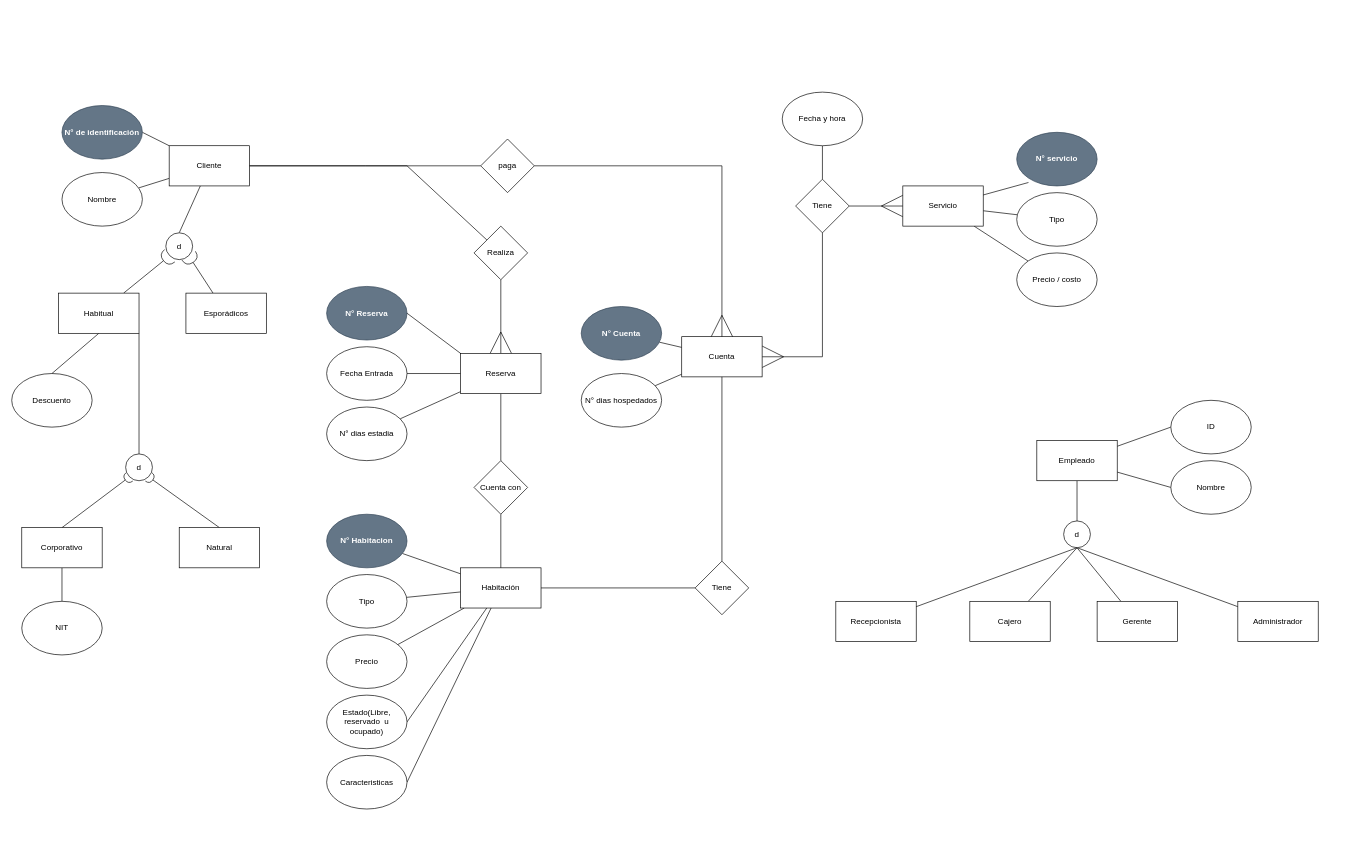
Before: Diagrama_sin_titulo.drawio in Mshall19/Proyecto-BD, a draw.io diagram. Source tidied: cells renumbered, new cells numbered last; positions are measured from the earlier drawing's top-left corner, leaving out a move shared by most shapes. Both pictures are drawn from the tidied source at 67%, with x=0, y=0 at pixel (11, 92).
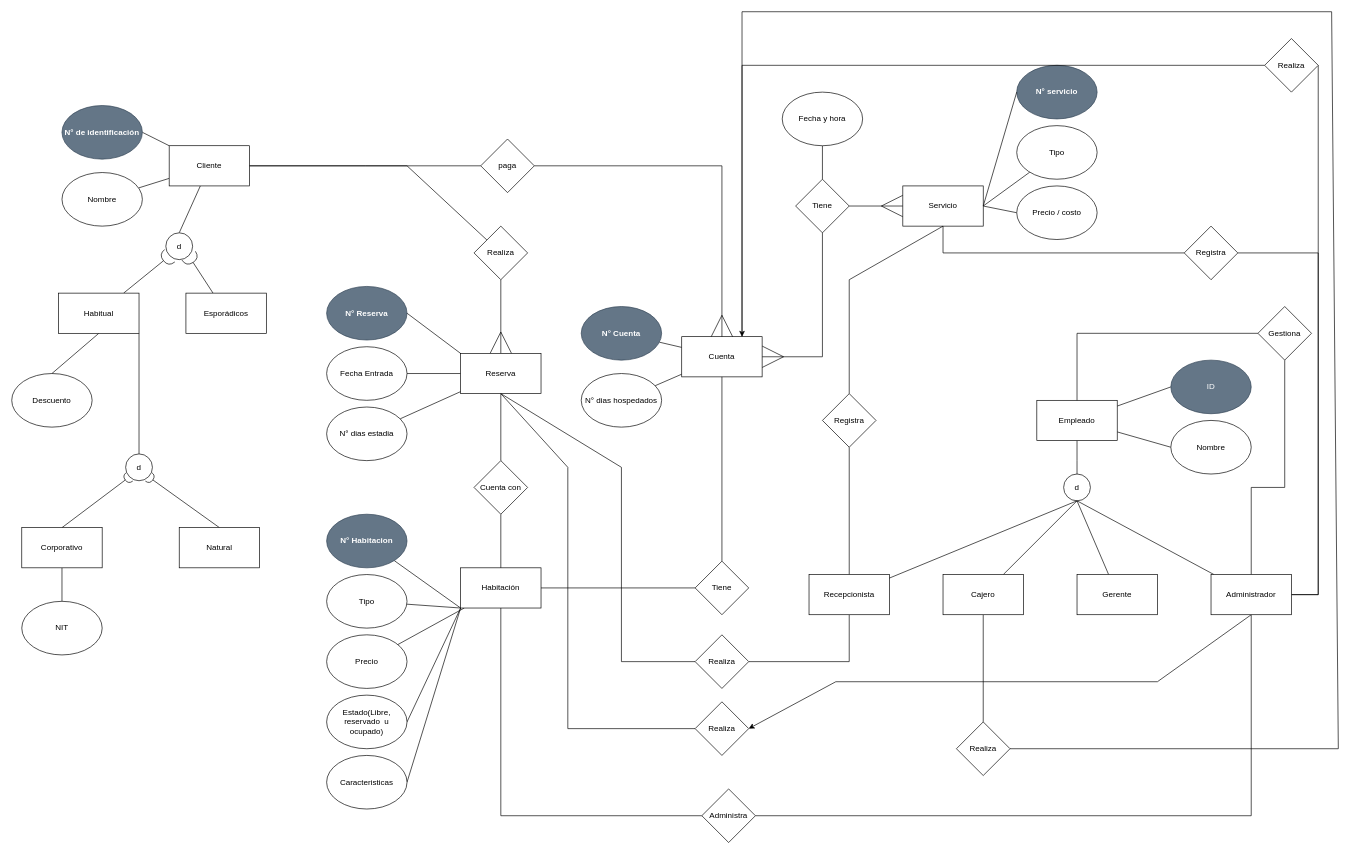
After the change.

Unchanged cells that the change refers to:
```xml
<mxCell id="11" value="Habitación" style="rounded=0;whiteSpace=wrap;html=1;" parent="1" vertex="1">
  <mxGeometry x="670" y="710" width="120" height="60" as="geometry" />
</mxCell>
<mxCell id="12" value="Tipo" style="ellipse;whiteSpace=wrap;html=1;" parent="1" vertex="1">
  <mxGeometry x="470" y="720" width="120" height="80" as="geometry" />
</mxCell>
<mxCell id="14" value="Estado(Libre, reservado&amp;nbsp; u ocupado)" style="ellipse;whiteSpace=wrap;html=1;" parent="1" vertex="1">
  <mxGeometry x="470" y="900" width="120" height="80" as="geometry" />
</mxCell>
<mxCell id="15" value="Caracteristicas" style="ellipse;whiteSpace=wrap;html=1;" parent="1" vertex="1">
  <mxGeometry x="470" y="990" width="120" height="80" as="geometry" />
</mxCell>
<mxCell id="16" value="&lt;div&gt;N° Habitacion&lt;/div&gt;" style="ellipse;whiteSpace=wrap;html=1;fillColor=#647687;strokeColor=#314354;fontColor=#ffffff;fontStyle=1;" parent="1" vertex="1">
  <mxGeometry x="470" y="630" width="120" height="80" as="geometry" />
</mxCell>
<mxCell id="26" value="Cuenta" style="rounded=0;whiteSpace=wrap;html=1;" parent="1" vertex="1">
  <mxGeometry x="1000" y="365" width="120" height="60" as="geometry" />
</mxCell>
<mxCell id="30" value="&lt;div&gt;Servicio&lt;/div&gt;" style="rounded=0;whiteSpace=wrap;html=1;" parent="1" vertex="1">
  <mxGeometry x="1330" y="140" width="120" height="60" as="geometry" />
</mxCell>
<mxCell id="47" value="Reserva" style="rounded=0;whiteSpace=wrap;html=1;" parent="1" vertex="1">
  <mxGeometry x="670" y="390" width="120" height="60" as="geometry" />
</mxCell>
```

Diff of the diagram source:
```diff
@@
-    <mxCell id="6" style="rounded=0;jettySize=auto;html=1;endArrow=none;endFill=0;" parent="1" edge="1" source="11" target="12">
+    <mxCell id="6" style="rounded=0;jettySize=auto;html=1;endArrow=none;endFill=0;exitX=0;exitY=1;exitDx=0;exitDy=0;" parent="1" edge="1" source="11" target="12">
       <mxGeometry relative="1" as="geometry" />
     </mxCell>
@@
-    <mxCell id="8" style="rounded=0;jettySize=auto;html=1;entryX=1;entryY=0.5;entryDx=0;entryDy=0;endArrow=none;endFill=0;" parent="1" edge="1" source="11" target="14">
+    <mxCell id="8" style="rounded=0;jettySize=auto;html=1;entryX=1;entryY=0.5;entryDx=0;entryDy=0;endArrow=none;endFill=0;exitX=0;exitY=1;exitDx=0;exitDy=0;" parent="1" edge="1" source="11" target="14">
       <mxGeometry relative="1" as="geometry" />
     </mxCell>
-    <mxCell id="9" style="rounded=0;jettySize=auto;html=1;endArrow=none;endFill=0;entryX=1;entryY=0.5;entryDx=0;entryDy=0;" parent="1" edge="1" source="11" target="15">
+    <mxCell id="9" style="rounded=0;jettySize=auto;html=1;endArrow=none;endFill=0;entryX=1;entryY=0.5;entryDx=0;entryDy=0;exitX=0;exitY=1;exitDx=0;exitDy=0;" parent="1" edge="1" source="11" target="15">
       <mxGeometry relative="1" as="geometry" />
     </mxCell>
-    <mxCell id="10" style="rounded=0;jettySize=auto;html=1;endArrow=none;endFill=0;" parent="1" edge="1" source="11" target="16">
+    <mxCell id="10" style="rounded=0;jettySize=auto;html=1;endArrow=none;endFill=0;exitX=0;exitY=1;exitDx=0;exitDy=0;" parent="1" edge="1" source="11" target="16">
       <mxGeometry relative="1" as="geometry" />
     </mxCell>
@@
-    <mxCell id="28" style="rounded=0;jettySize=auto;html=1;endArrow=none;endFill=0;" parent="1" edge="1" source="30" target="31">
+    <mxCell id="28" style="rounded=0;jettySize=auto;html=1;endArrow=none;endFill=0;exitX=1;exitY=0.5;exitDx=0;exitDy=0;" parent="1" edge="1" source="30" target="31">
       <mxGeometry relative="1" as="geometry" />
     </mxCell>
-    <mxCell id="29" style="rounded=0;jettySize=auto;html=1;endArrow=none;endFill=0;" parent="1" edge="1" source="30" target="34">
+    <mxCell id="29" style="rounded=0;jettySize=auto;html=1;endArrow=none;endFill=0;exitX=1;exitY=0.5;exitDx=0;exitDy=0;entryX=0;entryY=0.5;entryDx=0;entryDy=0;" parent="1" edge="1" source="30" target="34">
       <mxGeometry relative="1" as="geometry" />
     </mxCell>
@@
     <mxCell id="31" value="Tipo" style="ellipse;whiteSpace=wrap;html=1;" parent="1" vertex="1">
-      <mxGeometry x="1500" y="150" width="120" height="80" as="geometry" />
+      <mxGeometry x="1500" y="50" width="120" height="80" as="geometry" />
     </mxCell>
     <mxCell id="32" value="N° servicio" style="ellipse;whiteSpace=wrap;html=1;fillColor=#647687;fontColor=#ffffff;strokeColor=#314354;fontStyle=1;" parent="1" vertex="1">
-      <mxGeometry x="1500" y="60" width="120" height="80" as="geometry" />
+      <mxGeometry x="1500" y="-40" width="120" height="80" as="geometry" />
     </mxCell>
@@
     <mxCell id="34" value="Precio / costo" style="ellipse;whiteSpace=wrap;html=1;" parent="1" vertex="1">
-      <mxGeometry x="1500" y="240" width="120" height="80" as="geometry" />
+      <mxGeometry x="1500" y="140" width="120" height="80" as="geometry" />
     </mxCell>
-    <mxCell id="35" style="rounded=0;jettySize=auto;html=1;entryX=0.146;entryY=0.936;entryDx=0;entryDy=0;entryPerimeter=0;endArrow=none;endFill=0;" parent="1" edge="1" source="30" target="32">
+    <mxCell id="35" style="rounded=0;jettySize=auto;html=1;entryX=0;entryY=0.5;entryDx=0;entryDy=0;endArrow=none;endFill=0;exitX=1;exitY=0.5;exitDx=0;exitDy=0;" parent="1" edge="1" source="30" target="32">
       <mxGeometry relative="1" as="geometry" />
     </mxCell>
@@
-    <mxCell id="72" style="edgeStyle=orthogonalEdgeStyle;rounded=0;jettySize=auto;html=1;entryX=0.5;entryY=0;entryDx=0;entryDy=0;endArrow=none;endFill=0;" parent="1" edge="1" source="73" target="83">
-      <mxGeometry relative="1" as="geometry" />
+    <mxCell id="72" style="edgeStyle=orthogonalEdgeStyle;rounded=0;jettySize=auto;html=1;entryX=0.5;entryY=0;entryDx=0;entryDy=0;endArrow=none;endFill=0;" parent="1" edge="1" source="73">
+      <mxGeometry relative="1" as="geometry">
+        <mxPoint x="1590" y="580" as="targetPoint" />
+      </mxGeometry>
     </mxCell>
     <mxCell id="73" value="Empleado" style="rounded=0;whiteSpace=wrap;html=1;" parent="1" vertex="1">
-      <mxGeometry x="1530" y="520" width="120" height="60" as="geometry" />
+      <mxGeometry x="1530" y="460" width="120" height="60" as="geometry" />
     </mxCell>
-    <mxCell id="74" value="ID" style="ellipse;whiteSpace=wrap;html=1;" parent="1" vertex="1">
-      <mxGeometry x="1730" y="460" width="120" height="80" as="geometry" />
+    <mxCell id="74" value="ID" style="ellipse;whiteSpace=wrap;html=1;fillColor=#647687;fontColor=#ffffff;strokeColor=#314354;" parent="1" vertex="1">
+      <mxGeometry x="1730" y="400" width="120" height="80" as="geometry" />
     </mxCell>
     <mxCell id="75" value="Nombre" style="ellipse;whiteSpace=wrap;html=1;" parent="1" vertex="1">
-      <mxGeometry x="1730" y="550" width="120" height="80" as="geometry" />
+      <mxGeometry x="1730" y="490" width="120" height="80" as="geometry" />
     </mxCell>
+    <mxCell id="85" style="rounded=0;jettySize=auto;html=1;exitX=0.5;exitY=1;exitDx=0;exitDy=0;entryX=1;entryY=0.5;entryDx=0;entryDy=0;endArrow=none;endFill=0;" parent="1" edge="1" source="76" target="89">
+      <mxGeometry relative="1" as="geometry">
+        <Array as="points">
+          <mxPoint x="1250" y="850" />
+        </Array>
+      </mxGeometry>
+    </mxCell>
+    <mxCell id="86" style="rounded=0;jettySize=auto;html=1;entryX=0.5;entryY=1;entryDx=0;entryDy=0;endArrow=none;endFill=0;" parent="1" edge="1" source="76" target="91">
+      <mxGeometry relative="1" as="geometry" />
+    </mxCell>
     <mxCell id="76" value="Recepcionista" style="rounded=0;whiteSpace=wrap;html=1;" parent="1" vertex="1">
-      <mxGeometry x="1230" y="760" width="120" height="60" as="geometry" />
+      <mxGeometry x="1190" y="720" width="120" height="60" as="geometry" />
     </mxCell>
@@
+    <mxCell id="87" style="rounded=0;jettySize=auto;html=1;entryX=0.5;entryY=0;entryDx=0;entryDy=0;endArrow=none;endFill=0;exitX=0.5;exitY=1;exitDx=0;exitDy=0;" parent="1" edge="1" source="78" target="93">
+      <mxGeometry relative="1" as="geometry" />
+    </mxCell>
     <mxCell id="78" value="Cajero" style="rounded=0;whiteSpace=wrap;html=1;" parent="1" vertex="1">
-      <mxGeometry x="1430" y="760" width="120" height="60" as="geometry" />
+      <mxGeometry x="1390" y="720" width="120" height="60" as="geometry" />
     </mxCell>
@@
     <mxCell id="80" value="Gerente" style="rounded=0;whiteSpace=wrap;html=1;" parent="1" vertex="1">
-      <mxGeometry x="1620" y="760" width="120" height="60" as="geometry" />
+      <mxGeometry x="1590" y="720" width="120" height="60" as="geometry" />
     </mxCell>
-    <mxCell id="81" style="rounded=0;jettySize=auto;html=1;entryX=0.5;entryY=1;entryDx=0;entryDy=0;endArrow=none;endFill=0;" parent="1" edge="1" source="82" target="83">
-      <mxGeometry relative="1" as="geometry" />
-    </mxCell>
-    <mxCell id="82" value="Administrador" style="rounded=0;whiteSpace=wrap;html=1;" parent="1" vertex="1">
-      <mxGeometry x="1830" y="760" width="120" height="60" as="geometry" />
-    </mxCell>
     <mxCell id="83" value="d" style="ellipse;whiteSpace=wrap;html=1;" parent="1" vertex="1">
-      <mxGeometry x="1570" y="640" width="40" height="40" as="geometry" />
+      <mxGeometry x="1570" y="570" width="40" height="40" as="geometry" />
     </mxCell>
@@
+    <mxCell id="88" style="rounded=0;jettySize=auto;html=1;exitX=0;exitY=0.5;exitDx=0;exitDy=0;entryX=0.5;entryY=1;entryDx=0;entryDy=0;endArrow=none;endFill=0;" parent="1" edge="1" source="89" target="47">
+      <mxGeometry relative="1" as="geometry">
+        <Array as="points">
+          <mxPoint x="910" y="850" />
+          <mxPoint x="910" y="560" />
+        </Array>
+      </mxGeometry>
+    </mxCell>
+    <mxCell id="89" value="Realiza" style="rhombus;whiteSpace=wrap;html=1;" parent="1" vertex="1">
+      <mxGeometry x="1020" y="810" width="80" height="80" as="geometry" />
+    </mxCell>
+    <mxCell id="90" style="rounded=0;jettySize=auto;html=1;entryX=0.5;entryY=1;entryDx=0;entryDy=0;endArrow=none;endFill=0;exitX=0.5;exitY=0;exitDx=0;exitDy=0;" parent="1" edge="1" source="91" target="30">
+      <mxGeometry relative="1" as="geometry">
+        <Array as="points">
+          <mxPoint x="1250" y="280" />
+        </Array>
+      </mxGeometry>
+    </mxCell>
+    <mxCell id="91" value="Registra" style="rhombus;whiteSpace=wrap;html=1;" parent="1" vertex="1">
+      <mxGeometry x="1210" y="450" width="80" height="80" as="geometry" />
+    </mxCell>
+    <mxCell id="92" style="rounded=0;jettySize=auto;html=1;endArrow=none;endFill=0;exitX=1;exitY=0.5;exitDx=0;exitDy=0;entryX=0.75;entryY=0;entryDx=0;entryDy=0;" parent="1" edge="1" source="93" target="26">
+      <mxGeometry relative="1" as="geometry">
+        <Array as="points">
+          <mxPoint x="1980" y="980" />
+          <mxPoint x="1970" y="-120" />
+          <mxPoint x="1090" y="-120" />
+        </Array>
+      </mxGeometry>
+    </mxCell>
+    <mxCell id="93" value="Realiza" style="rhombus;whiteSpace=wrap;html=1;" parent="1" vertex="1">
+      <mxGeometry x="1410" y="940" width="80" height="80" as="geometry" />
+    </mxCell>
+    <mxCell id="81" style="rounded=0;jettySize=auto;html=1;entryX=0.5;entryY=1;entryDx=0;entryDy=0;endArrow=none;endFill=0;" parent="1" edge="1" source="82" target="83">
+      <mxGeometry relative="1" as="geometry" />
+    </mxCell>
+    <mxCell id="94" style="rounded=0;jettySize=auto;html=1;entryX=0.5;entryY=1;entryDx=0;entryDy=0;endArrow=none;endFill=0;" parent="1" edge="1" source="82" target="100">
+      <mxGeometry relative="1" as="geometry">
+        <Array as="points">
+          <mxPoint x="1850" y="590" />
+          <mxPoint x="1900" y="590" />
+        </Array>
+      </mxGeometry>
+    </mxCell>
+    <mxCell id="95" style="rounded=0;jettySize=auto;html=1;entryX=1;entryY=0.5;entryDx=0;entryDy=0;endArrow=none;endFill=0;" parent="1" edge="1" source="82" target="102">
+      <mxGeometry relative="1" as="geometry">
+        <Array as="points">
+          <mxPoint x="1850" y="1080" />
+        </Array>
+      </mxGeometry>
+    </mxCell>
+    <mxCell id="96" style="rounded=0;jettySize=auto;html=1;entryX=1;entryY=0.5;entryDx=0;entryDy=0;exitX=0.5;exitY=1;exitDx=0;exitDy=0;" parent="1" edge="1" source="82" target="104">
+      <mxGeometry relative="1" as="geometry">
+        <Array as="points">
+          <mxPoint x="1710" y="880" />
+          <mxPoint x="1230" y="880" />
+        </Array>
+      </mxGeometry>
+    </mxCell>
+    <mxCell id="97" style="rounded=0;jettySize=auto;html=1;entryX=1;entryY=0.5;entryDx=0;entryDy=0;endArrow=none;endFill=0;" parent="1" edge="1" source="82" target="106">
+      <mxGeometry relative="1" as="geometry">
+        <Array as="points">
+          <mxPoint x="1950" y="750" />
+          <mxPoint x="1950" y="240" />
+        </Array>
+      </mxGeometry>
+    </mxCell>
+    <mxCell id="98" style="rounded=0;jettySize=auto;html=1;entryX=1;entryY=0.5;entryDx=0;entryDy=0;exitX=1;exitY=0.5;exitDx=0;exitDy=0;endArrow=none;endFill=0;" parent="1" edge="1" source="82" target="108">
+      <mxGeometry relative="1" as="geometry">
+        <Array as="points">
+          <mxPoint x="1950" y="750" />
+        </Array>
+      </mxGeometry>
+    </mxCell>
+    <mxCell id="82" value="Administrador" style="rounded=0;whiteSpace=wrap;html=1;" parent="1" vertex="1">
+      <mxGeometry x="1790" y="720" width="120" height="60" as="geometry" />
+    </mxCell>
+    <mxCell id="99" style="rounded=0;jettySize=auto;html=1;entryX=0.5;entryY=0;entryDx=0;entryDy=0;endArrow=none;endFill=0;" parent="1" edge="1" source="100" target="73">
+      <mxGeometry relative="1" as="geometry">
+        <Array as="points">
+          <mxPoint x="1590" y="360" />
+        </Array>
+      </mxGeometry>
+    </mxCell>
+    <mxCell id="100" value="Gestiona" style="rhombus;whiteSpace=wrap;html=1;" parent="1" vertex="1">
+      <mxGeometry x="1860" y="320" width="80" height="80" as="geometry" />
+    </mxCell>
+    <mxCell id="101" style="edgeStyle=orthogonalEdgeStyle;rounded=0;jettySize=auto;html=1;entryX=0.5;entryY=1;entryDx=0;entryDy=0;endArrow=none;endFill=0;" parent="1" edge="1" source="102" target="11">
+      <mxGeometry relative="1" as="geometry" />
+    </mxCell>
+    <mxCell id="102" value="Administra" style="rhombus;whiteSpace=wrap;html=1;" parent="1" vertex="1">
+      <mxGeometry x="1030" y="1040" width="80" height="80" as="geometry" />
+    </mxCell>
+    <mxCell id="103" style="rounded=0;jettySize=auto;html=1;entryX=0.5;entryY=1;entryDx=0;entryDy=0;endArrow=none;endFill=0;" parent="1" edge="1" source="104" target="47">
+      <mxGeometry relative="1" as="geometry">
+        <Array as="points">
+          <mxPoint x="830" y="950" />
+          <mxPoint x="830" y="560" />
+        </Array>
+      </mxGeometry>
+    </mxCell>
+    <mxCell id="104" value="Realiza" style="rhombus;whiteSpace=wrap;html=1;" parent="1" vertex="1">
+      <mxGeometry x="1020" y="910" width="80" height="80" as="geometry" />
+    </mxCell>
+    <mxCell id="105" style="edgeStyle=orthogonalEdgeStyle;rounded=0;jettySize=auto;html=1;entryX=0.5;entryY=1;entryDx=0;entryDy=0;endArrow=none;endFill=0;" parent="1" edge="1" source="106" target="30">
+      <mxGeometry relative="1" as="geometry" />
+    </mxCell>
+    <mxCell id="106" value="Registra" style="rhombus;whiteSpace=wrap;html=1;" parent="1" vertex="1">
+      <mxGeometry x="1750" y="200" width="80" height="80" as="geometry" />
+    </mxCell>
+    <mxCell id="107" style="edgeStyle=orthogonalEdgeStyle;rounded=0;jettySize=auto;html=1;entryX=0.75;entryY=0;entryDx=0;entryDy=0;" parent="1" edge="1" source="108" target="26">
+      <mxGeometry relative="1" as="geometry" />
+    </mxCell>
+    <mxCell id="108" value="Realiza" style="rhombus;whiteSpace=wrap;html=1;" parent="1" vertex="1">
+      <mxGeometry x="1870" y="-80" width="80" height="80" as="geometry" />
+    </mxCell>
```
